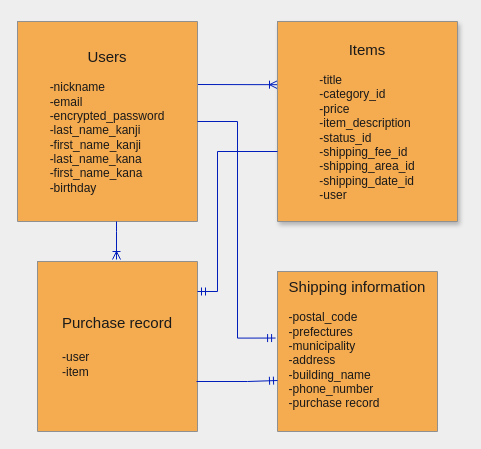
Above: app/assets/test.dio in mo0777lucky/furima-35588 (draw.io), before the change. Source tidied: cells renumbered, new cells numbered last; positions are measured from the earlier drawing's top-left corner, leaving out a move shared by most shapes. Both pictures are drawn from the tidied source at 100%, with x=0, y=0 at pixel (17, 21).
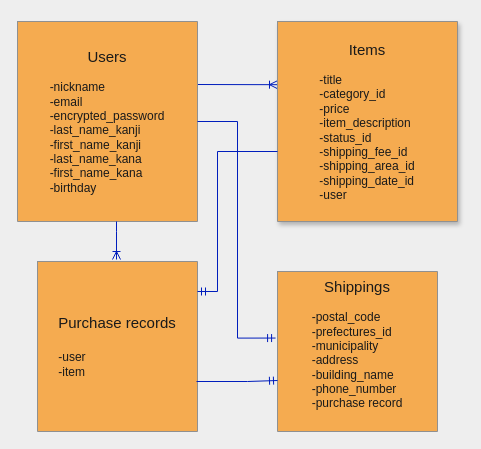
The same diagram, later.

Commit message (it also covers changes not shown here):
ER図/README修正（4回目）

Unchanged cells that the change refers to:
```xml
<mxCell id="10" style="shape=partialRectangle;html=1;whiteSpace=wrap;fillColor=none;top=0;left=0;bottom=0;right=0;points=[[0,0.5],[1,0.5]];portConstraint=eastwest;strokeColor=#909090;fontColor=#1A1A1A;" parent="9" vertex="1">
  <mxGeometry width="160" height="170" as="geometry" />
</mxCell>
<mxCell id="13" style="shape=partialRectangle;html=1;whiteSpace=wrap;fillColor=none;top=0;left=0;bottom=0;right=0;points=[[0,0.5],[1,0.5]];portConstraint=eastwest;strokeColor=#909090;fontColor=#1A1A1A;" parent="12" vertex="1">
  <mxGeometry width="160" height="160" as="geometry" />
</mxCell>
```

The edit, as a diff of the source:
```diff
@@
-    <mxCell id="11" value="&lt;font style=&quot;font-size: 15px&quot;&gt;Purchase record&lt;br&gt;&lt;br&gt;&lt;/font&gt;&lt;div style=&quot;text-align: left&quot;&gt;&lt;span&gt;-user&lt;/span&gt;&lt;/div&gt;&lt;div style=&quot;text-align: left&quot;&gt;-item&lt;/div&gt;" style="shape=partialRectangle;html=1;whiteSpace=wrap;overflow=hidden;fillColor=none;top=0;left=0;bottom=0;right=0;strokeColor=#909090;fontColor=#1A1A1A;" parent="10" vertex="1">
+    <mxCell id="11" value="&lt;font style=&quot;font-size: 15px&quot;&gt;Purchase records&lt;br&gt;&lt;br&gt;&lt;/font&gt;&lt;div style=&quot;text-align: left&quot;&gt;&lt;span&gt;-user&lt;/span&gt;&lt;/div&gt;&lt;div style=&quot;text-align: left&quot;&gt;-item&lt;/div&gt;" style="shape=partialRectangle;html=1;whiteSpace=wrap;overflow=hidden;fillColor=none;top=0;left=0;bottom=0;right=0;strokeColor=#909090;fontColor=#1A1A1A;" parent="10" vertex="1">
       <mxGeometry width="160" height="170" as="geometry" />
     </mxCell>
@@
-    <mxCell id="14" value="&lt;font style=&quot;font-size: 15px&quot;&gt;Shipping information&lt;/font&gt;&lt;br&gt;&lt;br&gt;&lt;div style=&quot;text-align: left&quot;&gt;&lt;span&gt;-postal_code&lt;/span&gt;&lt;/div&gt;&lt;div style=&quot;text-align: left&quot;&gt;&lt;span&gt;-prefectures&lt;/span&gt;&lt;/div&gt;&lt;div style=&quot;text-align: left&quot;&gt;&lt;span&gt;-municipality&lt;/span&gt;&lt;/div&gt;&lt;div style=&quot;text-align: left&quot;&gt;&lt;span&gt;-address&lt;/span&gt;&lt;/div&gt;&lt;div style=&quot;text-align: left&quot;&gt;&lt;span&gt;-building_name&lt;/span&gt;&lt;/div&gt;&lt;div style=&quot;text-align: left&quot;&gt;&lt;span&gt;-phone_number&lt;/span&gt;&lt;/div&gt;&lt;font style=&quot;font-size: 12px&quot;&gt;&lt;div style=&quot;text-align: left&quot;&gt;&lt;span&gt;-purchase record&lt;/span&gt;&lt;/div&gt;&lt;/font&gt;&lt;div style=&quot;text-align: left&quot;&gt;&lt;span&gt;&lt;br&gt;&lt;/span&gt;&lt;/div&gt;" style="shape=partialRectangle;html=1;whiteSpace=wrap;overflow=hidden;fillColor=none;top=0;left=0;bottom=0;right=0;strokeColor=#909090;fontColor=#1A1A1A;" parent="13" vertex="1">
+    <mxCell id="14" value="&lt;font style=&quot;font-size: 15px&quot;&gt;Shippings&lt;/font&gt;&lt;br&gt;&lt;br&gt;&lt;div style=&quot;text-align: left&quot;&gt;&lt;span&gt;-postal_code&lt;/span&gt;&lt;/div&gt;&lt;div style=&quot;text-align: left&quot;&gt;&lt;span&gt;-prefectures_id&lt;/span&gt;&lt;/div&gt;&lt;div style=&quot;text-align: left&quot;&gt;&lt;span&gt;-municipality&lt;/span&gt;&lt;/div&gt;&lt;div style=&quot;text-align: left&quot;&gt;&lt;span&gt;-address&lt;/span&gt;&lt;/div&gt;&lt;div style=&quot;text-align: left&quot;&gt;&lt;span&gt;-building_name&lt;/span&gt;&lt;/div&gt;&lt;div style=&quot;text-align: left&quot;&gt;&lt;span&gt;-phone_number&lt;/span&gt;&lt;/div&gt;&lt;font style=&quot;font-size: 12px&quot;&gt;&lt;div style=&quot;text-align: left&quot;&gt;&lt;span&gt;-purchase record&lt;/span&gt;&lt;/div&gt;&lt;/font&gt;&lt;div style=&quot;text-align: left&quot;&gt;&lt;span&gt;&lt;br&gt;&lt;/span&gt;&lt;/div&gt;" style="shape=partialRectangle;html=1;whiteSpace=wrap;overflow=hidden;fillColor=none;top=0;left=0;bottom=0;right=0;strokeColor=#909090;fontColor=#1A1A1A;" parent="13" vertex="1">
       <mxGeometry width="160" height="160" as="geometry" />
     </mxCell>
```
